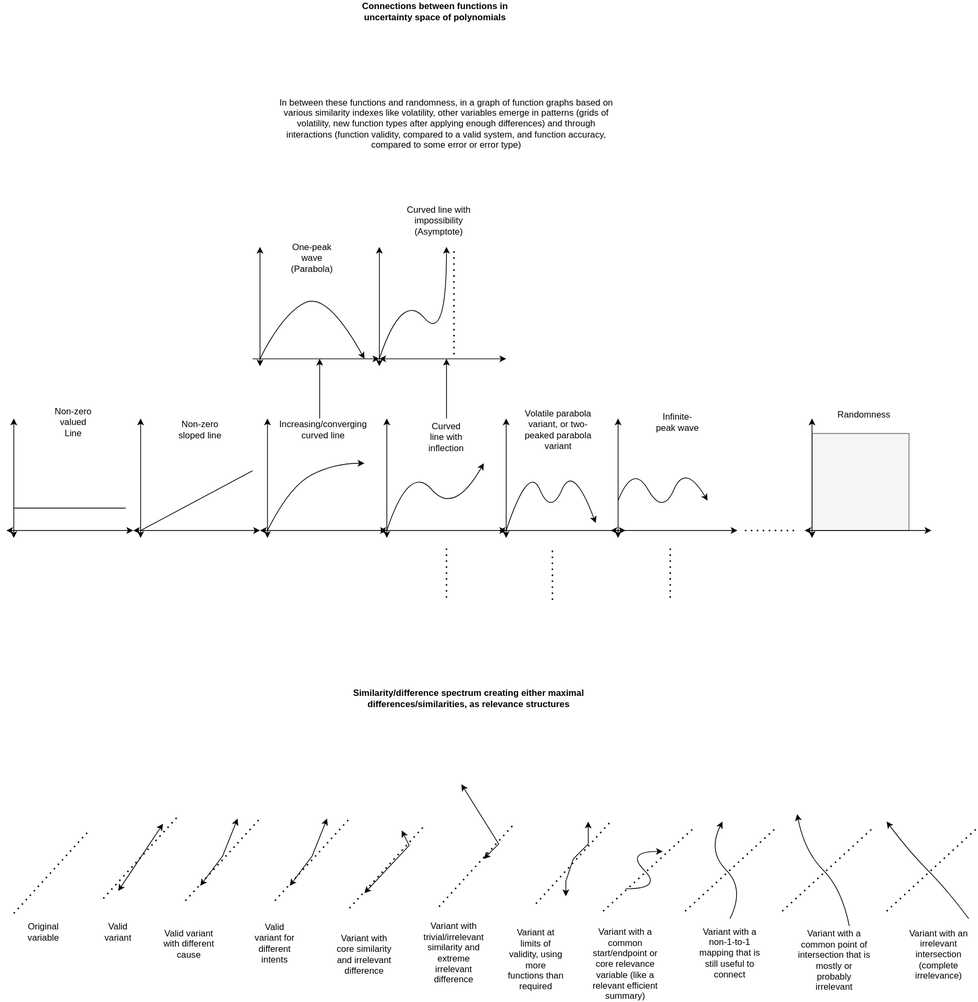
This is docs/objects/unsolved_problems.drawio.svg from outdreamer/build-a-cure, a draw.io export, as it was before one commit. Source tidied: cells renumbered, new cells last; positions are measured from the earlier drawing's top-left corner, leaving out a move shared by most shapes.
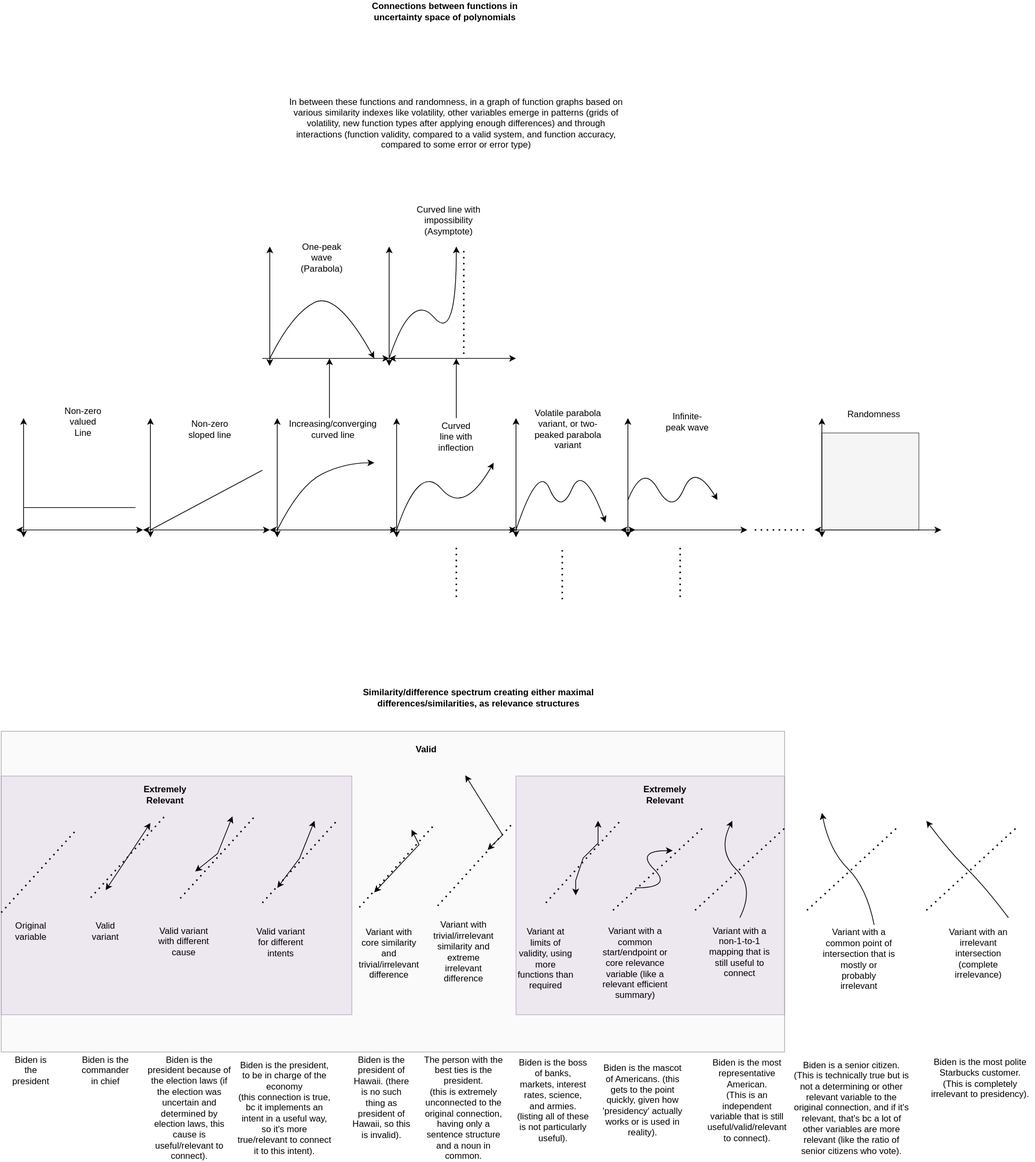
Later version of the same file.

What changed in the source:
```diff
@@ -2,6 +2,15 @@
   <root>
     <mxCell id="0" />
     <mxCell id="1" parent="0" />
+    <mxCell id="80" style="rounded=0;whiteSpace=wrap;html=1;fillColor=#f5f5f5;fontColor=#333333;strokeColor=#666666;opacity=50;" parent="1" vertex="1">
+      <mxGeometry x="-20" y="980" width="1050" height="430" as="geometry" />
+    </mxCell>
+    <mxCell id="81" style="rounded=0;whiteSpace=wrap;html=1;fillColor=#e1d5e7;strokeColor=#9673a6;opacity=50;" parent="1" vertex="1">
+      <mxGeometry x="-20" y="1040" width="470" height="320" as="geometry" />
+    </mxCell>
+    <mxCell id="82" style="rounded=0;whiteSpace=wrap;html=1;fillColor=#e1d5e7;strokeColor=#9673a6;opacity=50;" parent="1" vertex="1">
+      <mxGeometry x="670" y="1040" width="360" height="320" as="geometry" />
+    </mxCell>
     <mxCell id="2" style="endArrow=classic;startArrow=classic;html=1;rounded=0;" parent="1" edge="1">
       <mxGeometry relative="1" as="geometry">
         <mxPoint x="10" y="720" as="sourcePoint" />
@@ -32,28 +41,28 @@
     </mxCell>
     <mxCell id="6" style="endArrow=none;dashed=1;html=1;dashPattern=1 3;strokeWidth=2;rounded=0;" parent="1" edge="1">
       <mxGeometry relative="1" as="geometry">
-        <mxPoint x="130" y="1203" as="sourcePoint" />
-        <mxPoint x="230" y="1093" as="targetPoint" />
+        <mxPoint x="100" y="1203" as="sourcePoint" />
+        <mxPoint x="200" y="1093" as="targetPoint" />
       </mxGeometry>
     </mxCell>
     <mxCell id="7" style="endArrow=classic;startArrow=classic;html=1;rounded=0;" parent="1" edge="1">
       <mxGeometry relative="1" as="geometry">
-        <mxPoint x="150" y="1193" as="sourcePoint" />
-        <mxPoint x="210" y="1103" as="targetPoint" />
+        <mxPoint x="120" y="1193" as="sourcePoint" />
+        <mxPoint x="180" y="1103" as="targetPoint" />
       </mxGeometry>
     </mxCell>
     <mxCell id="8" style="endArrow=none;dashed=1;html=1;dashPattern=1 3;strokeWidth=2;rounded=0;" parent="1" edge="1">
       <mxGeometry relative="1" as="geometry">
-        <mxPoint x="360" y="1206" as="sourcePoint" />
-        <mxPoint x="460" y="1096" as="targetPoint" />
+        <mxPoint x="330" y="1210" as="sourcePoint" />
+        <mxPoint x="430" y="1100" as="targetPoint" />
       </mxGeometry>
     </mxCell>
     <mxCell id="9" style="endArrow=classic;startArrow=classic;html=1;rounded=0;" parent="1" edge="1">
       <mxGeometry relative="1" as="geometry">
-        <mxPoint x="380" y="1186" as="sourcePoint" />
-        <mxPoint x="430" y="1096" as="targetPoint" />
+        <mxPoint x="350" y="1190" as="sourcePoint" />
+        <mxPoint x="400" y="1100" as="targetPoint" />
         <Array as="points">
-          <mxPoint x="410" y="1146" />
+          <mxPoint x="380" y="1150" />
         </Array>
       </mxGeometry>
     </mxCell>
@@ -92,33 +101,33 @@
     </mxCell>
     <mxCell id="14" style="endArrow=none;dashed=1;html=1;dashPattern=1 3;strokeWidth=2;rounded=0;" parent="1" edge="1">
       <mxGeometry relative="1" as="geometry">
-        <mxPoint x="1040" y="1220" as="sourcePoint" />
-        <mxPoint x="1160" y="1110" as="targetPoint" />
+        <mxPoint x="1060" y="1220" as="sourcePoint" />
+        <mxPoint x="1180" y="1110" as="targetPoint" />
       </mxGeometry>
     </mxCell>
     <mxCell id="15" style="curved=1;endArrow=classic;html=1;rounded=0;" parent="1" edge="1">
       <mxGeometry relative="1" as="geometry">
-        <mxPoint x="1130" y="1240" as="sourcePoint" />
-        <mxPoint x="1060" y="1090" as="targetPoint" />
+        <mxPoint x="1150" y="1239.5" as="sourcePoint" />
+        <mxPoint x="1080" y="1089.5" as="targetPoint" />
         <Array as="points">
-          <mxPoint x="1120" y="1190" />
-          <mxPoint x="1070" y="1140" />
+          <mxPoint x="1140" y="1189.5" />
+          <mxPoint x="1090" y="1139.5" />
         </Array>
       </mxGeometry>
     </mxCell>
     <mxCell id="16" style="endArrow=none;dashed=1;html=1;dashPattern=1 3;strokeWidth=2;rounded=0;" parent="1" edge="1">
       <mxGeometry relative="1" as="geometry">
-        <mxPoint x="1180" y="1220" as="sourcePoint" />
-        <mxPoint x="1300" y="1110" as="targetPoint" />
+        <mxPoint x="1220" y="1220" as="sourcePoint" />
+        <mxPoint x="1340" y="1110" as="targetPoint" />
       </mxGeometry>
     </mxCell>
     <mxCell id="17" style="curved=1;endArrow=classic;html=1;rounded=0;" parent="1" edge="1">
       <mxGeometry relative="1" as="geometry">
-        <mxPoint x="1290" y="1230" as="sourcePoint" />
-        <mxPoint x="1180" y="1100" as="targetPoint" />
+        <mxPoint x="1330" y="1230" as="sourcePoint" />
+        <mxPoint x="1220" y="1100" as="targetPoint" />
         <Array as="points">
-          <mxPoint x="1260" y="1190" />
-          <mxPoint x="1210" y="1140" />
+          <mxPoint x="1300" y="1190" />
+          <mxPoint x="1250" y="1140" />
         </Array>
       </mxGeometry>
     </mxCell>
@@ -344,10 +353,10 @@
       <mxGeometry x="410" y="920" width="420" height="30" as="geometry" />
     </mxCell>
     <mxCell id="56" value="Valid variant" style="text;html=1;strokeColor=none;fillColor=none;align=center;verticalAlign=middle;whiteSpace=wrap;rounded=0;" parent="1" vertex="1">
-      <mxGeometry x="120" y="1233" width="60" height="30" as="geometry" />
+      <mxGeometry x="90" y="1233" width="60" height="30" as="geometry" />
     </mxCell>
     <mxCell id="57" value="Valid variant for different intents" style="text;html=1;strokeColor=none;fillColor=none;align=center;verticalAlign=middle;whiteSpace=wrap;rounded=0;" parent="1" vertex="1">
-      <mxGeometry x="330" y="1248" width="60" height="30" as="geometry" />
+      <mxGeometry x="320" y="1248" width="70" height="30" as="geometry" />
     </mxCell>
     <mxCell id="58" value="Variant at limits of validity, using more functions than required" style="text;html=1;strokeColor=none;fillColor=none;align=center;verticalAlign=middle;whiteSpace=wrap;rounded=0;" parent="1" vertex="1">
       <mxGeometry x="670" y="1270" width="80" height="30" as="geometry" />
@@ -359,22 +368,22 @@
       <mxGeometry x="920" y="1261" width="100" height="30" as="geometry" />
     </mxCell>
     <mxCell id="61" value="Variant with a common point of intersection that is mostly or probably irrelevant" style="text;html=1;strokeColor=none;fillColor=none;align=center;verticalAlign=middle;whiteSpace=wrap;rounded=0;" parent="1" vertex="1">
-      <mxGeometry x="1060" y="1271" width="100" height="30" as="geometry" />
+      <mxGeometry x="1080" y="1270.5" width="100" height="30" as="geometry" />
     </mxCell>
     <mxCell id="62" value="Variant with an irrelevant intersection (complete irrelevance)" style="text;html=1;strokeColor=none;fillColor=none;align=center;verticalAlign=middle;whiteSpace=wrap;rounded=0;" parent="1" vertex="1">
-      <mxGeometry x="1200" y="1263" width="100" height="30" as="geometry" />
+      <mxGeometry x="1240" y="1263" width="100" height="30" as="geometry" />
     </mxCell>
     <mxCell id="63" value="Connections between functions in uncertainty space of polynomials" style="text;html=1;strokeColor=none;fillColor=none;align=center;verticalAlign=middle;whiteSpace=wrap;rounded=0;fontStyle=1;" parent="1" vertex="1">
       <mxGeometry x="450" width="250" height="30" as="geometry" />
     </mxCell>
     <mxCell id="64" style="endArrow=none;dashed=1;html=1;dashPattern=1 3;strokeWidth=2;rounded=0;" parent="1" edge="1">
       <mxGeometry relative="1" as="geometry">
-        <mxPoint x="10" y="1223" as="sourcePoint" />
-        <mxPoint x="110" y="1113" as="targetPoint" />
+        <mxPoint x="-20" y="1223" as="sourcePoint" />
+        <mxPoint x="80" y="1113" as="targetPoint" />
       </mxGeometry>
     </mxCell>
     <mxCell id="65" value="Original variable" style="text;html=1;strokeColor=none;fillColor=none;align=center;verticalAlign=middle;whiteSpace=wrap;rounded=0;" parent="1" vertex="1">
-      <mxGeometry x="20" y="1233" width="60" height="30" as="geometry" />
+      <mxGeometry x="-10" y="1233" width="60" height="30" as="geometry" />
     </mxCell>
     <mxCell id="66" style="endArrow=none;dashed=1;html=1;dashPattern=1 3;strokeWidth=2;rounded=0;" parent="1" edge="1">
       <mxGeometry relative="1" as="geometry">
@@ -391,21 +400,21 @@
         </Array>
       </mxGeometry>
     </mxCell>
-    <mxCell id="68" value="Variant with core similarity and irrelevant difference" style="text;html=1;strokeColor=none;fillColor=none;align=center;verticalAlign=middle;whiteSpace=wrap;rounded=0;" parent="1" vertex="1">
-      <mxGeometry x="440" y="1263" width="80" height="30" as="geometry" />
+    <mxCell id="68" value="Variant with core similarity and trivial/irrelevant difference" style="text;html=1;strokeColor=none;fillColor=none;align=center;verticalAlign=middle;whiteSpace=wrap;rounded=0;" parent="1" vertex="1">
+      <mxGeometry x="460" y="1263" width="80" height="30" as="geometry" />
     </mxCell>
     <mxCell id="69" style="endArrow=none;dashed=1;html=1;dashPattern=1 3;strokeWidth=2;rounded=0;" parent="1" edge="1">
       <mxGeometry relative="1" as="geometry">
-        <mxPoint x="580" y="1214" as="sourcePoint" />
-        <mxPoint x="680" y="1104" as="targetPoint" />
+        <mxPoint x="565" y="1214" as="sourcePoint" />
+        <mxPoint x="665" y="1104" as="targetPoint" />
       </mxGeometry>
     </mxCell>
     <mxCell id="70" style="endArrow=classic;startArrow=classic;html=1;rounded=0;" parent="1" edge="1">
       <mxGeometry relative="1" as="geometry">
-        <mxPoint x="640" y="1150" as="sourcePoint" />
-        <mxPoint x="610" y="1050" as="targetPoint" />
+        <mxPoint x="632" y="1139" as="sourcePoint" />
+        <mxPoint x="602" y="1039" as="targetPoint" />
         <Array as="points">
-          <mxPoint x="660" y="1130" />
+          <mxPoint x="652" y="1119" />
         </Array>
       </mxGeometry>
     </mxCell>
@@ -414,21 +423,21 @@
     </mxCell>
     <mxCell id="72" style="endArrow=none;dashed=1;html=1;dashPattern=1 3;strokeWidth=2;rounded=0;" parent="1" edge="1">
       <mxGeometry relative="1" as="geometry">
-        <mxPoint x="240" y="1206" as="sourcePoint" />
-        <mxPoint x="340" y="1096" as="targetPoint" />
+        <mxPoint x="220" y="1204" as="sourcePoint" />
+        <mxPoint x="320" y="1094" as="targetPoint" />
       </mxGeometry>
     </mxCell>
     <mxCell id="73" style="endArrow=classic;startArrow=classic;html=1;rounded=0;" parent="1" edge="1">
       <mxGeometry relative="1" as="geometry">
-        <mxPoint x="260" y="1186" as="sourcePoint" />
-        <mxPoint x="310" y="1096" as="targetPoint" />
+        <mxPoint x="240" y="1168" as="sourcePoint" />
+        <mxPoint x="290" y="1094" as="targetPoint" />
         <Array as="points">
-          <mxPoint x="290" y="1146" />
+          <mxPoint x="270" y="1144" />
         </Array>
       </mxGeometry>
     </mxCell>
     <mxCell id="74" value="Valid variant with different cause" style="text;html=1;strokeColor=none;fillColor=none;align=center;verticalAlign=middle;whiteSpace=wrap;rounded=0;" parent="1" vertex="1">
-      <mxGeometry x="210" y="1248" width="70" height="32" as="geometry" />
+      <mxGeometry x="190" y="1246" width="70" height="32" as="geometry" />
     </mxCell>
     <mxCell id="75" value="In between these functions and randomness, in a graph of function graphs based on various similarity indexes like volatility, other variables emerge in patterns (grids of volatility, new function types after applying enough differences) and through interactions (function validity, compared to a valid system, and function accuracy, compared to some error or error type)" style="text;html=1;strokeColor=none;fillColor=none;align=center;verticalAlign=middle;whiteSpace=wrap;rounded=0;fontStyle=0;" parent="1" vertex="1">
       <mxGeometry x="360" y="150" width="460" height="30" as="geometry" />
@@ -457,5 +466,47 @@
         <mxPoint x="890" y="730" as="targetPoint" />
       </mxGeometry>
     </mxCell>
+    <mxCell id="83" value="Valid" style="text;html=1;strokeColor=none;fillColor=none;align=center;verticalAlign=middle;whiteSpace=wrap;rounded=0;opacity=50;fontStyle=1;" parent="1" vertex="1">
+      <mxGeometry x="520" y="990" width="60" height="30" as="geometry" />
+    </mxCell>
+    <mxCell id="84" value="Extremely Relevant" style="text;html=1;strokeColor=none;fillColor=none;align=center;verticalAlign=middle;whiteSpace=wrap;rounded=0;opacity=50;fontStyle=1;" parent="1" vertex="1">
+      <mxGeometry x="840" y="1050" width="60" height="30" as="geometry" />
+    </mxCell>
+    <mxCell id="85" value="Extremely Relevant" style="text;html=1;strokeColor=none;fillColor=none;align=center;verticalAlign=middle;whiteSpace=wrap;rounded=0;opacity=50;fontStyle=1;" parent="1" vertex="1">
+      <mxGeometry x="170" y="1050" width="60" height="30" as="geometry" />
+    </mxCell>
+    <mxCell id="86" value="Biden is the president" style="text;html=1;strokeColor=none;fillColor=none;align=center;verticalAlign=middle;whiteSpace=wrap;rounded=0;opacity=50;" parent="1" vertex="1">
+      <mxGeometry x="-10" y="1420" width="60" height="30" as="geometry" />
+    </mxCell>
+    <mxCell id="87" value="Biden is the commander in chief" style="text;html=1;strokeColor=none;fillColor=none;align=center;verticalAlign=middle;whiteSpace=wrap;rounded=0;opacity=50;" parent="1" vertex="1">
+      <mxGeometry x="90" y="1420" width="60" height="30" as="geometry" />
+    </mxCell>
+    <mxCell id="88" value="Biden is the president because of the election laws (if the election was uncertain and determined by election laws, this cause is useful/relevant to connect)." style="text;html=1;strokeColor=none;fillColor=none;align=center;verticalAlign=middle;whiteSpace=wrap;rounded=0;opacity=50;" parent="1" vertex="1">
+      <mxGeometry x="175" y="1470" width="115" height="30" as="geometry" />
+    </mxCell>
+    <mxCell id="89" value="Biden is the president, to be in charge of the economy&lt;br&gt;(this connection is true, bc it implements an intent in a useful way, so it's more true/relevant to connect it to this intent)." style="text;html=1;strokeColor=none;fillColor=none;align=center;verticalAlign=middle;whiteSpace=wrap;rounded=0;opacity=50;" parent="1" vertex="1">
+      <mxGeometry x="295" y="1470" width="130" height="30" as="geometry" />
+    </mxCell>
+    <mxCell id="90" value="Biden is the president of Hawaii. (there is no such thing as president of Hawaii, so this is invalid)." style="text;html=1;strokeColor=none;fillColor=none;align=center;verticalAlign=middle;whiteSpace=wrap;rounded=0;opacity=50;" parent="1" vertex="1">
+      <mxGeometry x="450" y="1456" width="80" height="30" as="geometry" />
+    </mxCell>
+    <mxCell id="91" value="The person with the best ties is the president.&lt;br&gt;(this is extremely unconnected to the original connection, having only a sentence structure and a noun in common." style="text;html=1;strokeColor=none;fillColor=none;align=center;verticalAlign=middle;whiteSpace=wrap;rounded=0;opacity=50;" parent="1" vertex="1">
+      <mxGeometry x="545" y="1470" width="110" height="30" as="geometry" />
+    </mxCell>
+    <mxCell id="92" value="Biden is the boss of banks, markets, interest rates, science, and armies. (listing all of these is not particularly useful)." style="text;html=1;strokeColor=none;fillColor=none;align=center;verticalAlign=middle;whiteSpace=wrap;rounded=0;opacity=50;" parent="1" vertex="1">
+      <mxGeometry x="670" y="1460" width="100" height="30" as="geometry" />
+    </mxCell>
+    <mxCell id="93" value="Biden is the mascot of Americans. (this gets to the point quickly, given how 'presidency' actually works or is used in reality)." style="text;html=1;strokeColor=none;fillColor=none;align=center;verticalAlign=middle;whiteSpace=wrap;rounded=0;opacity=50;" parent="1" vertex="1">
+      <mxGeometry x="780" y="1460" width="120" height="30" as="geometry" />
+    </mxCell>
+    <mxCell id="94" value="Biden is the most representative American.&lt;br&gt;(This is an independent variable that is still useful/valid/relevant to connect)." style="text;html=1;strokeColor=none;fillColor=none;align=center;verticalAlign=middle;whiteSpace=wrap;rounded=0;opacity=50;" parent="1" vertex="1">
+      <mxGeometry x="930" y="1460" width="100" height="30" as="geometry" />
+    </mxCell>
+    <mxCell id="95" value="Biden is a senior citizen.&lt;br&gt;(This is technically true but is not a determining or other relevant variable to the original connection, and if it's relevant, that's bc a lot of other variables are more relevant (like the ratio of senior citizens who vote)." style="text;html=1;strokeColor=none;fillColor=none;align=center;verticalAlign=middle;whiteSpace=wrap;rounded=0;opacity=50;" parent="1" vertex="1">
+      <mxGeometry x="1040" y="1470" width="160" height="30" as="geometry" />
+    </mxCell>
+    <mxCell id="96" value="Biden is the most polite Starbucks customer.&lt;br&gt;(This is completely irrelevant to presidency)." style="text;html=1;strokeColor=none;fillColor=none;align=center;verticalAlign=middle;whiteSpace=wrap;rounded=0;opacity=50;" parent="1" vertex="1">
+      <mxGeometry x="1220" y="1430" width="145" height="30" as="geometry" />
+    </mxCell>
   </root>
 </mxGraphModel>
```
